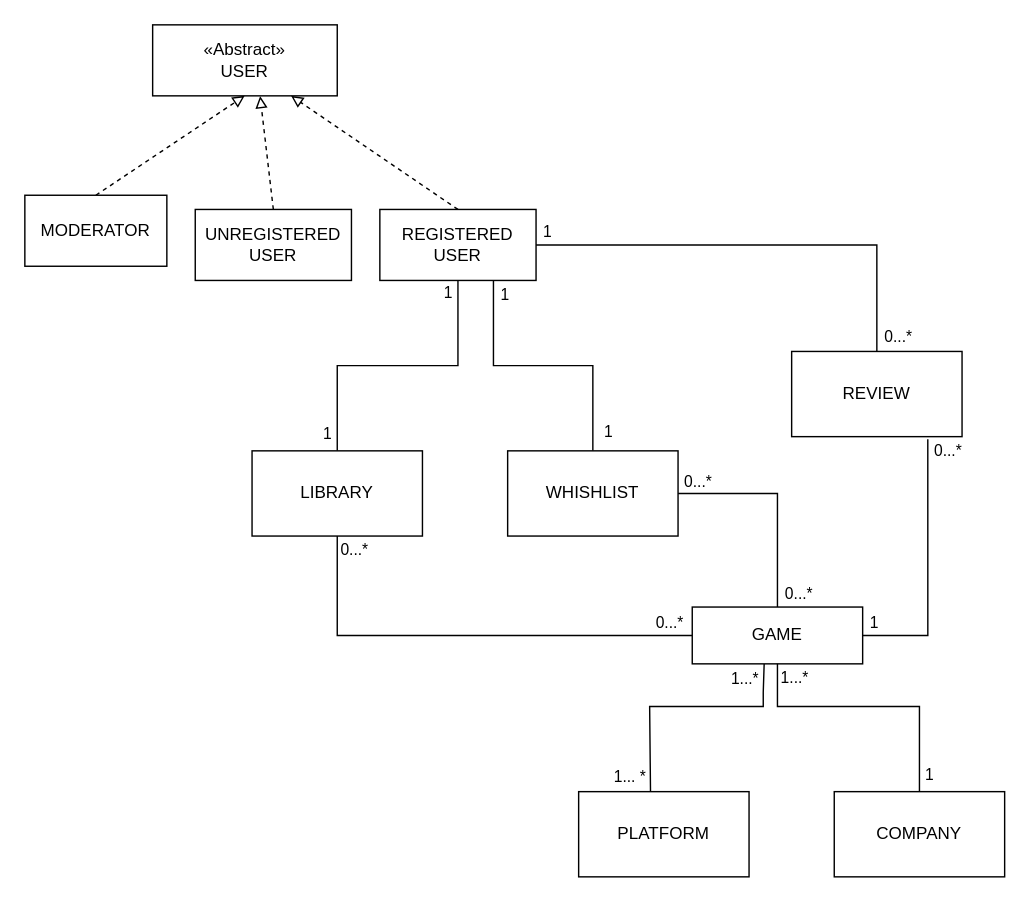
lorenzoceccanti/pixelindex keeps this draw.io diagram as UML diagrams/UML class diagram.drawio. Above is the earlier version. Source tidied: cells renumbered, new cells numbered last; positions are measured from the earlier drawing's top-left corner, leaving out a move shared by most shapes. Both pictures are drawn from the tidied source at 142%, with x=0, y=0 at pixel (24, 24).
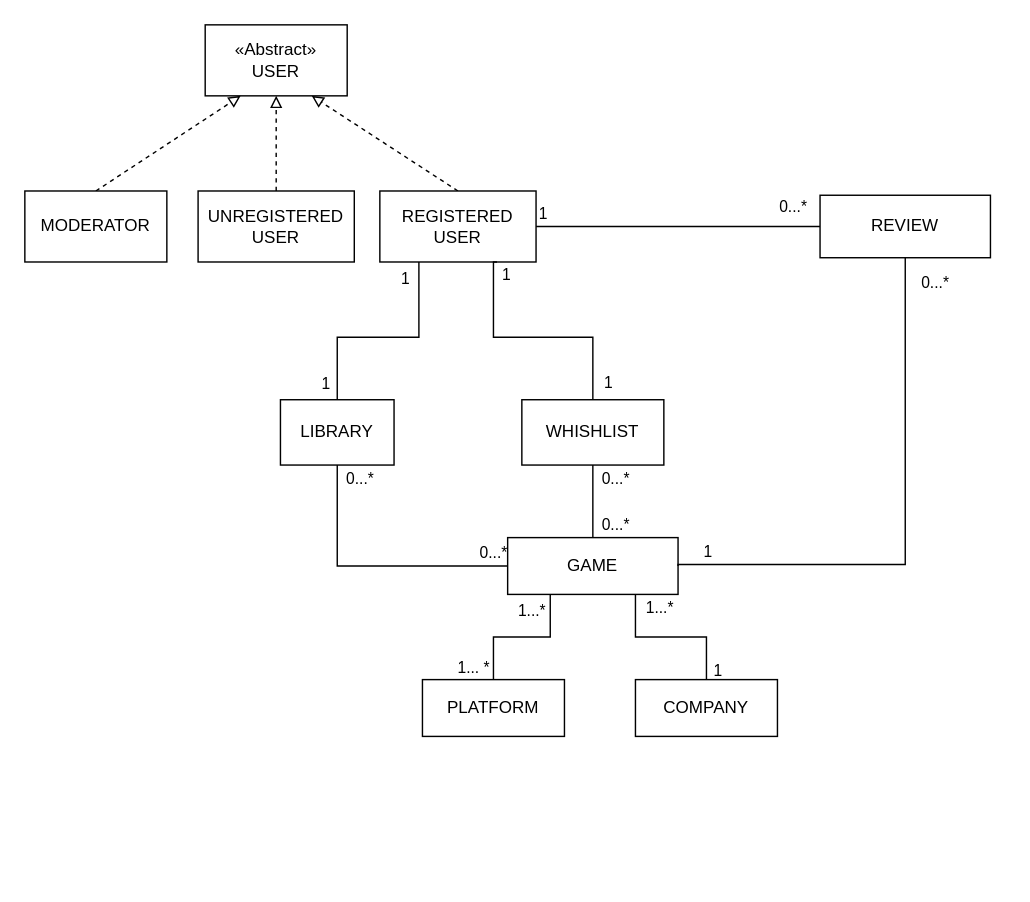
The same page after the edit.

Commit message (it also covers changes not shown here):
Fit diagrams in PPT slide

The change refers to these unchanged cells:
```xml
<mxCell id="15" style="edgeStyle=orthogonalEdgeStyle;rounded=0;jettySize=auto;html=1;exitX=0;exitY=0.5;exitDx=0;exitDy=0;entryX=0.5;entryY=1;entryDx=0;entryDy=0;endArrow=none;endFill=0;" parent="1" edge="1" source="18" target="19">
  <mxGeometry relative="1" as="geometry" />
</mxCell>
```

What changed in the source:
```diff
@@
     <mxCell id="2" value="«Abstract»&lt;br&gt;USER" style="rounded=0;whiteSpace=wrap;html=1;" parent="1" vertex="1">
-      <mxGeometry x="90" width="130" height="50" as="geometry" />
+      <mxGeometry x="127" width="100" height="50" as="geometry" />
     </mxCell>
-    <mxCell id="3" style="endArrow=block;html=1;rounded=0;endFill=0;dashed=1;exitX=0.5;exitY=0;exitDx=0;exitDy=0;" parent="1" edge="1" source="4">
-      <mxGeometry relative="1" as="geometry">
-        <mxPoint x="154.8" y="50" as="targetPoint" />
-      </mxGeometry>
+    <mxCell id="3" style="endArrow=block;html=1;rounded=0;endFill=0;dashed=1;exitX=0.5;exitY=0;exitDx=0;exitDy=0;entryX=0.25;entryY=1;entryDx=0;entryDy=0;" parent="1" edge="1" source="4" target="2">
+      <mxGeometry relative="1" as="geometry" />
     </mxCell>
     <mxCell id="4" value="MODERATOR" style="rounded=0;whiteSpace=wrap;html=1;" parent="1" vertex="1">
-      <mxGeometry y="120" width="100" height="50" as="geometry" />
+      <mxGeometry y="117" width="100" height="50" as="geometry" />
     </mxCell>
-    <mxCell id="5" style="endArrow=block;html=1;rounded=0;endFill=0;dashed=1;exitX=0.5;exitY=0;exitDx=0;exitDy=0;entryX=0.582;entryY=1.004;entryDx=0;entryDy=0;entryPerimeter=0;" parent="1" edge="1" source="6" target="2">
+    <mxCell id="5" style="endArrow=block;html=1;rounded=0;endFill=0;dashed=1;exitX=0.5;exitY=0;exitDx=0;exitDy=0;entryX=0.5;entryY=1;entryDx=0;entryDy=0;" parent="1" edge="1" source="6" target="2">
       <mxGeometry relative="1" as="geometry" />
     </mxCell>
     <mxCell id="6" value="UNREGISTERED&lt;br&gt;USER" style="rounded=0;whiteSpace=wrap;html=1;" parent="1" vertex="1">
-      <mxGeometry x="120" y="130" width="110" height="50" as="geometry" />
+      <mxGeometry x="122" y="117" width="110" height="50" as="geometry" />
     </mxCell>
@@
-    <mxCell id="8" style="edgeStyle=orthogonalEdgeStyle;rounded=0;jettySize=auto;html=1;exitX=0.5;exitY=1;exitDx=0;exitDy=0;entryX=0.5;entryY=0;entryDx=0;entryDy=0;endArrow=none;endFill=0;" parent="1" edge="1" source="14" target="19">
-      <mxGeometry relative="1" as="geometry" />
+    <mxCell id="8" style="edgeStyle=orthogonalEdgeStyle;rounded=0;jettySize=auto;html=1;exitX=0.25;exitY=1;exitDx=0;exitDy=0;entryX=0.5;entryY=0;entryDx=0;entryDy=0;endArrow=none;endFill=0;" parent="1" edge="1" source="14" target="19">
+      <mxGeometry relative="1" as="geometry">
+        <Array as="points">
+          <mxPoint x="278" y="220" />
+          <mxPoint x="220" y="220" />
+        </Array>
+      </mxGeometry>
     </mxCell>
     <mxCell id="9" value="1" style="edgeLabel;html=1;align=center;verticalAlign=middle;" parent="8" vertex="1">
       <mxGeometry x="-0.83" y="-4" relative="1" as="geometry">
-        <mxPoint x="-4" y="-9" as="offset" />
+        <mxPoint x="-6" y="-2" as="offset" />
       </mxGeometry>
     </mxCell>
     <mxCell id="10" value="1" style="edgeLabel;html=1;align=center;verticalAlign=middle;" parent="8" vertex="1">
       <mxGeometry x="0.85" y="4" relative="1" as="geometry">
-        <mxPoint x="-12" y="2" as="offset" />
+        <mxPoint x="-13" as="offset" />
       </mxGeometry>
     </mxCell>
-    <mxCell id="11" style="edgeStyle=orthogonalEdgeStyle;rounded=0;jettySize=auto;html=1;exitX=1;exitY=0.5;exitDx=0;exitDy=0;entryX=0.5;entryY=0;entryDx=0;entryDy=0;endArrow=none;endFill=0;" parent="1" edge="1" source="14" target="20">
-      <mxGeometry relative="1" as="geometry" />
+    <mxCell id="11" style="edgeStyle=orthogonalEdgeStyle;rounded=0;jettySize=auto;html=1;exitX=1;exitY=0.5;exitDx=0;exitDy=0;entryX=0;entryY=0.5;entryDx=0;entryDy=0;endArrow=none;endFill=0;" parent="1" edge="1" source="14" target="20">
+      <mxGeometry relative="1" as="geometry">
+        <Array as="points">
+          <mxPoint x="550" y="142" />
+        </Array>
+      </mxGeometry>
     </mxCell>
@@
     <mxCell id="13" value="0...*" style="edgeLabel;html=1;align=center;verticalAlign=middle;" parent="11" vertex="1">
       <mxGeometry x="0.93" relative="1" as="geometry">
-        <mxPoint x="14" as="offset" />
+        <mxPoint x="-13" y="-15" as="offset" />
       </mxGeometry>
     </mxCell>
     <mxCell id="14" value="REGISTERED&lt;br&gt;USER" style="rounded=0;whiteSpace=wrap;html=1;" parent="1" vertex="1">
-      <mxGeometry x="250" y="130" width="110" height="50" as="geometry" />
+      <mxGeometry x="250" y="117" width="110" height="50" as="geometry" />
     </mxCell>
@@
     <mxCell id="17" value="0...*" style="edgeLabel;html=1;align=center;verticalAlign=middle;" parent="15" vertex="1">
       <mxGeometry x="0.95" y="1" relative="1" as="geometry">
-        <mxPoint x="12" y="1" as="offset" />
+        <mxPoint x="16" y="4" as="offset" />
       </mxGeometry>
     </mxCell>
     <mxCell id="18" value="GAME" style="rounded=0;whiteSpace=wrap;html=1;" parent="1" vertex="1">
-      <mxGeometry x="470" y="410" width="120" height="40" as="geometry" />
+      <mxGeometry x="340" y="361.1" width="120" height="40" as="geometry" />
     </mxCell>
     <mxCell id="19" value="LIBRARY" style="rounded=0;whiteSpace=wrap;html=1;" parent="1" vertex="1">
-      <mxGeometry x="160" y="300" width="120" height="60" as="geometry" />
+      <mxGeometry x="180" y="264" width="80" height="46" as="geometry" />
     </mxCell>
     <mxCell id="20" value="REVIEW" style="rounded=0;whiteSpace=wrap;html=1;" parent="1" vertex="1">
-      <mxGeometry x="540" y="230" width="120" height="60" as="geometry" />
+      <mxGeometry x="560" y="120" width="120" height="44" as="geometry" />
     </mxCell>
-    <mxCell id="21" style="edgeStyle=orthogonalEdgeStyle;rounded=0;jettySize=auto;html=1;exitX=0.5;exitY=0;exitDx=0;exitDy=0;endArrow=none;endFill=0;" parent="1" edge="1" source="27" target="14">
+    <mxCell id="21" style="edgeStyle=orthogonalEdgeStyle;rounded=0;jettySize=auto;html=1;exitX=0.5;exitY=0;exitDx=0;exitDy=0;endArrow=none;endFill=0;entryX=0.75;entryY=1;entryDx=0;entryDy=0;" parent="1" edge="1" source="27" target="14">
       <mxGeometry relative="1" as="geometry">
         <Array as="points">
-          <mxPoint x="400" y="240" />
-          <mxPoint x="330" y="240" />
+          <mxPoint x="400" y="220" />
+          <mxPoint x="330" y="220" />
+          <mxPoint x="330" y="167" />
         </Array>
       </mxGeometry>
     </mxCell>
     <mxCell id="22" value="1" style="edgeLabel;html=1;align=center;verticalAlign=middle;" parent="21" vertex="1">
       <mxGeometry x="0.84" y="-5" relative="1" as="geometry">
-        <mxPoint x="2" y="-6" as="offset" />
+        <mxPoint x="3" y="-3" as="offset" />
       </mxGeometry>
     </mxCell>
@@
-    <mxCell id="24" style="edgeStyle=orthogonalEdgeStyle;rounded=0;jettySize=auto;html=1;exitX=1;exitY=0.5;exitDx=0;exitDy=0;entryX=0.5;entryY=0;entryDx=0;entryDy=0;endArrow=none;endFill=0;" parent="1" edge="1" source="27" target="18">
-      <mxGeometry relative="1" as="geometry" />
+    <mxCell id="24" style="edgeStyle=orthogonalEdgeStyle;rounded=0;jettySize=auto;html=1;exitX=0.5;exitY=1;exitDx=0;exitDy=0;endArrow=none;endFill=0;entryX=0.5;entryY=0;entryDx=0;entryDy=0;" parent="1" edge="1" source="27" target="18">
+      <mxGeometry relative="1" as="geometry">
+        <Array as="points">
+          <mxPoint x="400" y="330" />
+          <mxPoint x="400" y="330" />
+        </Array>
+      </mxGeometry>
     </mxCell>
     <mxCell id="25" value="0...*" style="edgeLabel;html=1;align=center;verticalAlign=middle;" parent="24" vertex="1">
       <mxGeometry x="-0.62" y="4" relative="1" as="geometry">
-        <mxPoint x="-16" y="-5" as="offset" />
+        <mxPoint x="11" y="-1" as="offset" />
       </mxGeometry>
     </mxCell>
     <mxCell id="26" value="0...*" style="edgeLabel;html=1;align=center;verticalAlign=middle;" parent="24" vertex="1">
       <mxGeometry x="0.86" relative="1" as="geometry">
-        <mxPoint x="14" as="offset" />
+        <mxPoint x="15" y="-7" as="offset" />
       </mxGeometry>
     </mxCell>
     <mxCell id="27" value="WHISHLIST" style="rounded=0;whiteSpace=wrap;html=1;" parent="1" vertex="1">
-      <mxGeometry x="340" y="300" width="120" height="60" as="geometry" />
+      <mxGeometry x="350" y="264" width="100" height="46" as="geometry" />
     </mxCell>
     <mxCell id="28" value="PLATFORM" style="rounded=0;whiteSpace=wrap;html=1;" parent="1" vertex="1">
-      <mxGeometry x="390" y="540" width="120" height="60" as="geometry" />
+      <mxGeometry x="280" y="461.1" width="100" height="40" as="geometry" />
     </mxCell>
-    <mxCell id="29" style="edgeStyle=orthogonalEdgeStyle;rounded=0;jettySize=auto;html=1;entryX=0.5;entryY=1;entryDx=0;entryDy=0;endArrow=none;endFill=0;" parent="1" edge="1" source="32" target="18">
+    <mxCell id="29" style="edgeStyle=orthogonalEdgeStyle;rounded=0;jettySize=auto;html=1;entryX=0.75;entryY=1;entryDx=0;entryDy=0;endArrow=none;endFill=0;exitX=0.5;exitY=0;exitDx=0;exitDy=0;" parent="1" edge="1" source="32" target="18">
       <mxGeometry relative="1" as="geometry">
         <Array as="points">
-          <mxPoint x="630" y="480" />
-          <mxPoint x="530" y="480" />
+          <mxPoint x="480" y="431.1" />
+          <mxPoint x="430" y="431.1" />
         </Array>
       </mxGeometry>
     </mxCell>
     <mxCell id="30" value="1...*" style="edgeLabel;html=1;align=center;verticalAlign=middle;" parent="29" vertex="1">
       <mxGeometry x="0.85" relative="1" as="geometry">
-        <mxPoint x="11" y="-5" as="offset" />
+        <mxPoint x="16" y="1" as="offset" />
       </mxGeometry>
     </mxCell>
     <mxCell id="31" value="1" style="edgeLabel;html=1;align=center;verticalAlign=middle;" parent="29" vertex="1">
       <mxGeometry x="-0.83" relative="1" as="geometry">
-        <mxPoint x="6" y="3" as="offset" />
+        <mxPoint x="7" y="2" as="offset" />
       </mxGeometry>
     </mxCell>
     <mxCell id="32" value="COMPANY" style="rounded=0;whiteSpace=wrap;html=1;" parent="1" vertex="1">
-      <mxGeometry x="570" y="540" width="120" height="60" as="geometry" />
+      <mxGeometry x="430" y="461.1" width="100" height="40" as="geometry" />
     </mxCell>
-    <mxCell id="33" style="endArrow=none;html=1;rounded=0;exitX=0.588;exitY=0.001;exitDx=0;exitDy=0;exitPerimeter=0;entryX=0.422;entryY=1.003;entryDx=0;entryDy=0;entryPerimeter=0;" parent="1" edge="1" target="18">
+    <mxCell id="33" style="endArrow=none;html=1;rounded=0;exitX=0.5;exitY=0;exitDx=0;exitDy=0;entryX=0.25;entryY=1;entryDx=0;entryDy=0;" parent="1" edge="1" source="28" target="18">
       <mxGeometry relative="1" as="geometry">
-        <mxPoint x="440.6" y="540.1" as="sourcePoint" />
         <Array as="points">
-          <mxPoint x="440" y="480" />
-          <mxPoint x="520" y="480" />
-          <mxPoint x="520" y="470" />
+          <mxPoint x="330" y="431.1" />
+          <mxPoint x="370" y="431.1" />
+          <mxPoint x="370" y="421.1" />
         </Array>
       </mxGeometry>
     </mxCell>
     <mxCell id="34" value="1...*" style="edgeLabel;html=1;align=center;verticalAlign=middle;" parent="33" vertex="1">
       <mxGeometry x="0.84" y="2" relative="1" as="geometry">
-        <mxPoint x="-12" y="-4" as="offset" />
+        <mxPoint x="-12" y="3" as="offset" />
       </mxGeometry>
     </mxCell>
     <mxCell id="35" value="1... *" style="edgeLabel;html=1;align=center;verticalAlign=middle;" parent="33" vertex="1">
       <mxGeometry x="-0.86" y="-2" relative="1" as="geometry">
-        <mxPoint x="-17" y="1" as="offset" />
+        <mxPoint x="-17" y="-2" as="offset" />
       </mxGeometry>
     </mxCell>
-    <mxCell id="36" style="edgeStyle=orthogonalEdgeStyle;rounded=0;jettySize=auto;html=1;exitX=1;exitY=0.5;exitDx=0;exitDy=0;entryX=0.799;entryY=1.031;entryDx=0;entryDy=0;entryPerimeter=0;endArrow=none;endFill=0;" parent="1" edge="1" source="18" target="20">
-      <mxGeometry relative="1" as="geometry" />
+    <mxCell id="36" style="edgeStyle=orthogonalEdgeStyle;rounded=0;jettySize=auto;html=1;exitX=1;exitY=0.5;exitDx=0;exitDy=0;entryX=0.5;entryY=1;entryDx=0;entryDy=0;endArrow=none;endFill=0;" parent="1" edge="1" source="18" target="20">
+      <mxGeometry relative="1" as="geometry">
+        <Array as="points">
+          <mxPoint x="460" y="380" />
+          <mxPoint x="620" y="380" />
+        </Array>
+      </mxGeometry>
     </mxCell>
     <mxCell id="37" value="0...*" style="edgeLabel;html=1;align=center;verticalAlign=middle;" parent="36" vertex="1">
       <mxGeometry x="0.95" y="1" relative="1" as="geometry">
-        <mxPoint x="15" y="3" as="offset" />
+        <mxPoint x="21" y="8" as="offset" />
       </mxGeometry>
     </mxCell>
```
